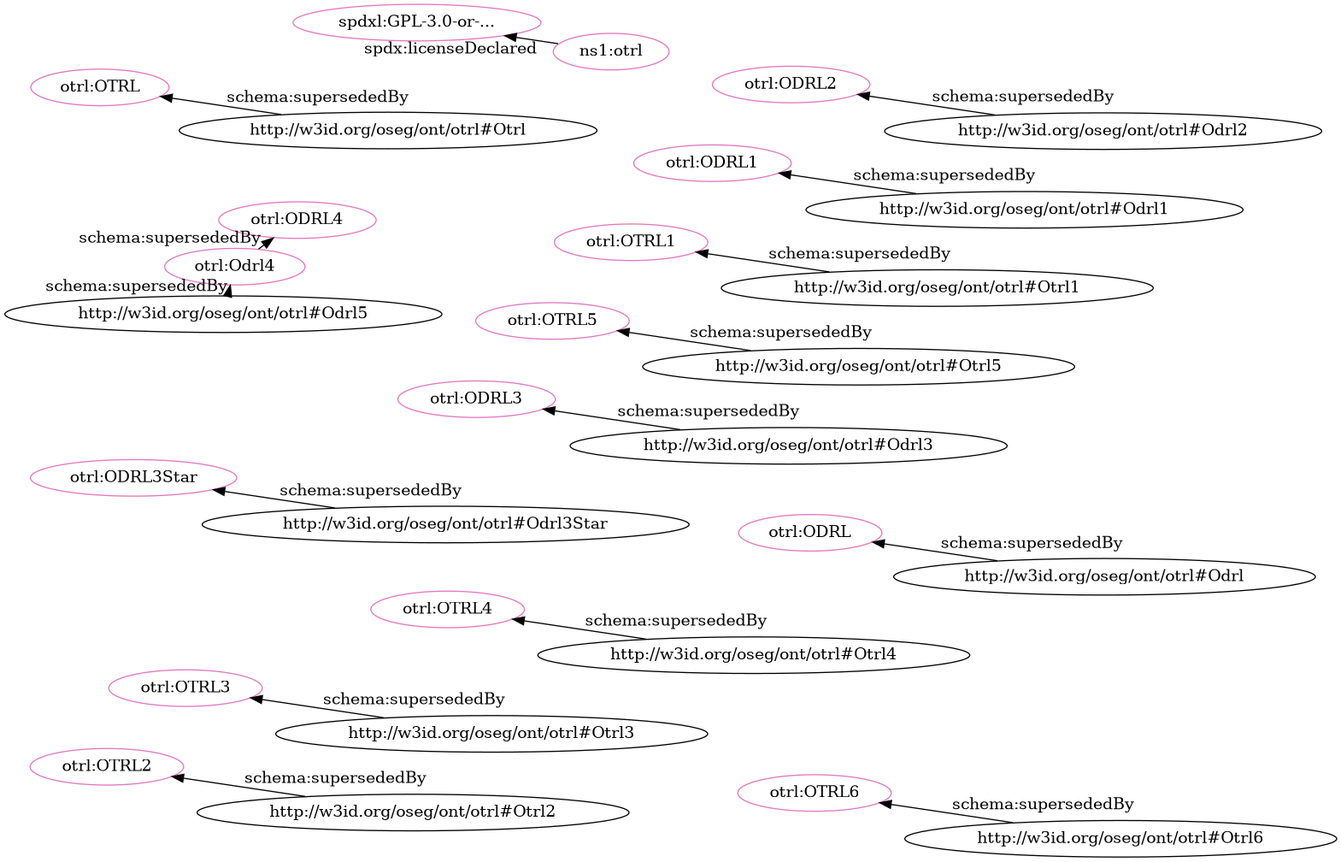
Above: src/spec/dot_otrl_deprecated-clean.png in iop-alliance/OpenKnowHow (Graphviz), before the change. Its source is kept beside it as src/spec/dot_otrl_deprecated-clean.dot.
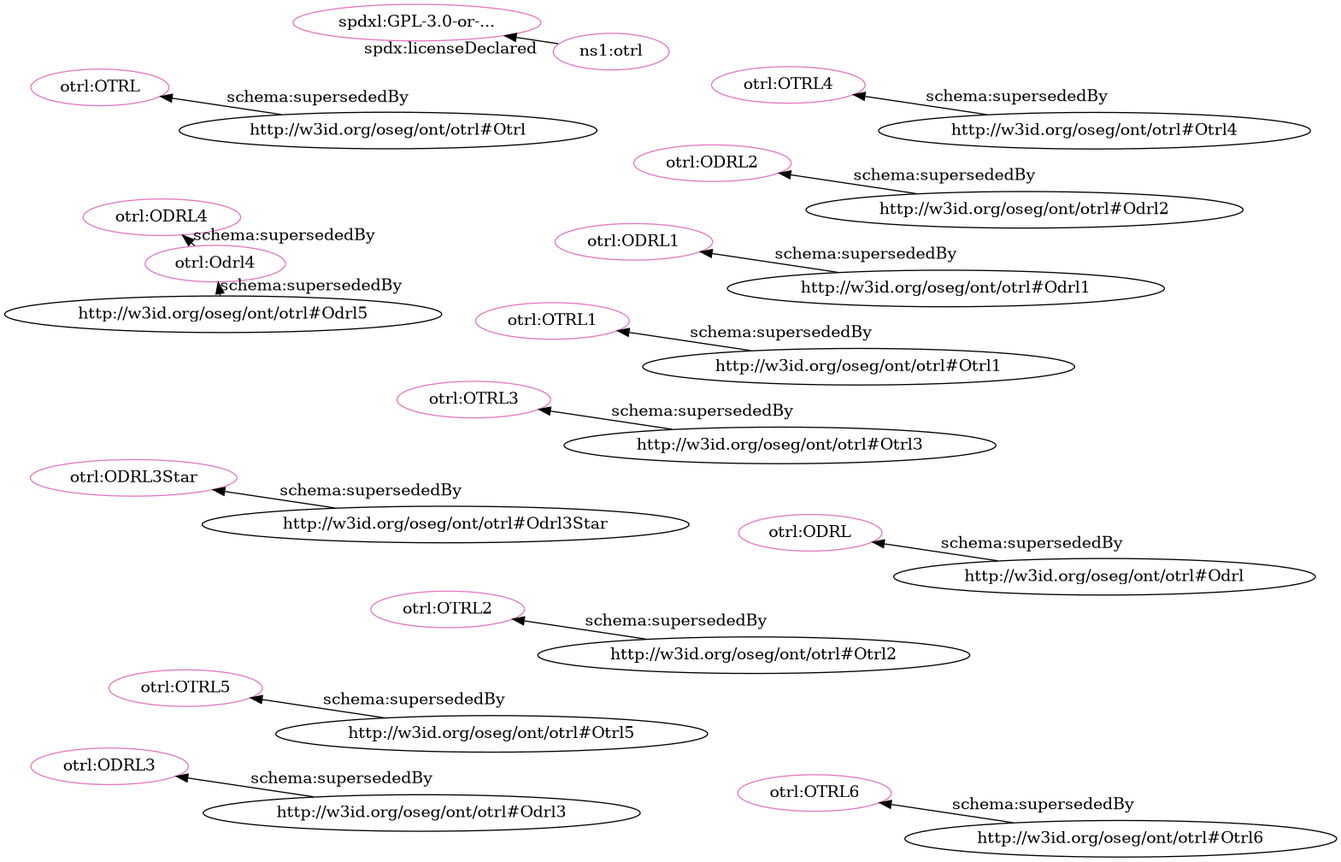
Above is the later version.

Change to the diagram source:
```diff
@@ -1,35 +1,35 @@
 digraph G {
   rankdir=BT
   node[height=.3]
-"http://w3id.org/oseg/ont/otrl#OTRL" [fillcolor="#e377c2" color="#e377c2" label="otrl:OTRL"]
 "http://spdx.org/licenses/GPL-3.0-or-later" [fillcolor="#e377c2" color="#e377c2" label="spdxl:GPL-3.0-or-..."]
-"http://w3id.org/oseg/ont/otrl#ODRL3" [fillcolor="#e377c2" color="#e377c2" label="otrl:ODRL3"]
+"http://w3id.org/oseg/ont/otrl#OTRL3" [fillcolor="#e377c2" color="#e377c2" label="otrl:OTRL3"]
+"http://w3id.org/oseg/ont/otrl#OTRL1" [fillcolor="#e377c2" color="#e377c2" label="otrl:OTRL1"]
+"http://w3id.org/oseg/ont/otrl#OTRL2" [fillcolor="#e377c2" color="#e377c2" label="otrl:OTRL2"]
+"http://w3id.org/oseg/ont/otrl#ODRL1" [fillcolor="#e377c2" color="#e377c2" label="otrl:ODRL1"]
+"http://w3id.org/oseg/ont/otrl#ODRL4" [fillcolor="#e377c2" color="#e377c2" label="otrl:ODRL4"]
+"http://w3id.org/oseg/ont/otrl" [fillcolor="#e377c2" color="#e377c2" label="ns1:otrl"]
+"http://w3id.org/oseg/ont/otrl#ODRL2" [fillcolor="#e377c2" color="#e377c2" label="otrl:ODRL2"]
 "http://w3id.org/oseg/ont/otrl#ODRL3Star" [fillcolor="#e377c2" color="#e377c2" label="otrl:ODRL3Star"]
 "http://w3id.org/oseg/ont/otrl#OTRL5" [fillcolor="#e377c2" color="#e377c2" label="otrl:OTRL5"]
+"http://w3id.org/oseg/ont/otrl#OTRL4" [fillcolor="#e377c2" color="#e377c2" label="otrl:OTRL4"]
+"http://w3id.org/oseg/ont/otrl#ODRL" [fillcolor="#e377c2" color="#e377c2" label="otrl:ODRL"]
 "http://w3id.org/oseg/ont/otrl#Odrl4" [fillcolor="#e377c2" color="#e377c2" label="otrl:Odrl4"]
-"http://w3id.org/oseg/ont/otrl" [fillcolor="#e377c2" color="#e377c2" label="ns1:otrl"]
-"http://w3id.org/oseg/ont/otrl#ODRL4" [fillcolor="#e377c2" color="#e377c2" label="otrl:ODRL4"]
-"http://w3id.org/oseg/ont/otrl#OTRL4" [fillcolor="#e377c2" color="#e377c2" label="otrl:OTRL4"]
-"http://w3id.org/oseg/ont/otrl#OTRL1" [fillcolor="#e377c2" color="#e377c2" label="otrl:OTRL1"]
-"http://w3id.org/oseg/ont/otrl#ODRL1" [fillcolor="#e377c2" color="#e377c2" label="otrl:ODRL1"]
-"http://w3id.org/oseg/ont/otrl#OTRL3" [fillcolor="#e377c2" color="#e377c2" label="otrl:OTRL3"]
-"http://w3id.org/oseg/ont/otrl#ODRL" [fillcolor="#e377c2" color="#e377c2" label="otrl:ODRL"]
-"http://w3id.org/oseg/ont/otrl#ODRL2" [fillcolor="#e377c2" color="#e377c2" label="otrl:ODRL2"]
-"http://w3id.org/oseg/ont/otrl#OTRL2" [fillcolor="#e377c2" color="#e377c2" label="otrl:OTRL2"]
+"http://w3id.org/oseg/ont/otrl#OTRL" [fillcolor="#e377c2" color="#e377c2" label="otrl:OTRL"]
+"http://w3id.org/oseg/ont/otrl#ODRL3" [fillcolor="#e377c2" color="#e377c2" label="otrl:ODRL3"]
 "http://w3id.org/oseg/ont/otrl#OTRL6" [fillcolor="#e377c2" color="#e377c2" label="otrl:OTRL6"]
-  "http://w3id.org/oseg/ont/otrl#Otrl" -> "http://w3id.org/oseg/ont/otrl#OTRL" [label="schema:supersededBy"]
   "http://w3id.org/oseg/ont/otrl" -> "http://spdx.org/licenses/GPL-3.0-or-later" [label="spdx:licenseDeclared"]
-  "http://w3id.org/oseg/ont/otrl#Odrl3" -> "http://w3id.org/oseg/ont/otrl#ODRL3" [label="schema:supersededBy"]
+  "http://w3id.org/oseg/ont/otrl#Otrl3" -> "http://w3id.org/oseg/ont/otrl#OTRL3" [label="schema:supersededBy"]
+  "http://w3id.org/oseg/ont/otrl#Otrl1" -> "http://w3id.org/oseg/ont/otrl#OTRL1" [label="schema:supersededBy"]
+  "http://w3id.org/oseg/ont/otrl#Otrl2" -> "http://w3id.org/oseg/ont/otrl#OTRL2" [label="schema:supersededBy"]
+  "http://w3id.org/oseg/ont/otrl#Odrl1" -> "http://w3id.org/oseg/ont/otrl#ODRL1" [label="schema:supersededBy"]
+  "http://w3id.org/oseg/ont/otrl#Odrl4" -> "http://w3id.org/oseg/ont/otrl#ODRL4" [label="schema:supersededBy"]
+  "http://w3id.org/oseg/ont/otrl#Odrl2" -> "http://w3id.org/oseg/ont/otrl#ODRL2" [label="schema:supersededBy"]
   "http://w3id.org/oseg/ont/otrl#Odrl3Star" -> "http://w3id.org/oseg/ont/otrl#ODRL3Star" [label="schema:supersededBy"]
   "http://w3id.org/oseg/ont/otrl#Otrl5" -> "http://w3id.org/oseg/ont/otrl#OTRL5" [label="schema:supersededBy"]
+  "http://w3id.org/oseg/ont/otrl#Otrl4" -> "http://w3id.org/oseg/ont/otrl#OTRL4" [label="schema:supersededBy"]
+  "http://w3id.org/oseg/ont/otrl#Odrl" -> "http://w3id.org/oseg/ont/otrl#ODRL" [label="schema:supersededBy"]
   "http://w3id.org/oseg/ont/otrl#Odrl5" -> "http://w3id.org/oseg/ont/otrl#Odrl4" [label="schema:supersededBy"]
-  "http://w3id.org/oseg/ont/otrl#Odrl4" -> "http://w3id.org/oseg/ont/otrl#ODRL4" [label="schema:supersededBy"]
-  "http://w3id.org/oseg/ont/otrl#Otrl4" -> "http://w3id.org/oseg/ont/otrl#OTRL4" [label="schema:supersededBy"]
-  "http://w3id.org/oseg/ont/otrl#Otrl1" -> "http://w3id.org/oseg/ont/otrl#OTRL1" [label="schema:supersededBy"]
-  "http://w3id.org/oseg/ont/otrl#Odrl1" -> "http://w3id.org/oseg/ont/otrl#ODRL1" [label="schema:supersededBy"]
-  "http://w3id.org/oseg/ont/otrl#Otrl3" -> "http://w3id.org/oseg/ont/otrl#OTRL3" [label="schema:supersededBy"]
-  "http://w3id.org/oseg/ont/otrl#Odrl" -> "http://w3id.org/oseg/ont/otrl#ODRL" [label="schema:supersededBy"]
-  "http://w3id.org/oseg/ont/otrl#Odrl2" -> "http://w3id.org/oseg/ont/otrl#ODRL2" [label="schema:supersededBy"]
-  "http://w3id.org/oseg/ont/otrl#Otrl2" -> "http://w3id.org/oseg/ont/otrl#OTRL2" [label="schema:supersededBy"]
+  "http://w3id.org/oseg/ont/otrl#Otrl" -> "http://w3id.org/oseg/ont/otrl#OTRL" [label="schema:supersededBy"]
+  "http://w3id.org/oseg/ont/otrl#Odrl3" -> "http://w3id.org/oseg/ont/otrl#ODRL3" [label="schema:supersededBy"]
   "http://w3id.org/oseg/ont/otrl#Otrl6" -> "http://w3id.org/oseg/ont/otrl#OTRL6" [label="schema:supersededBy"]
 }
```
